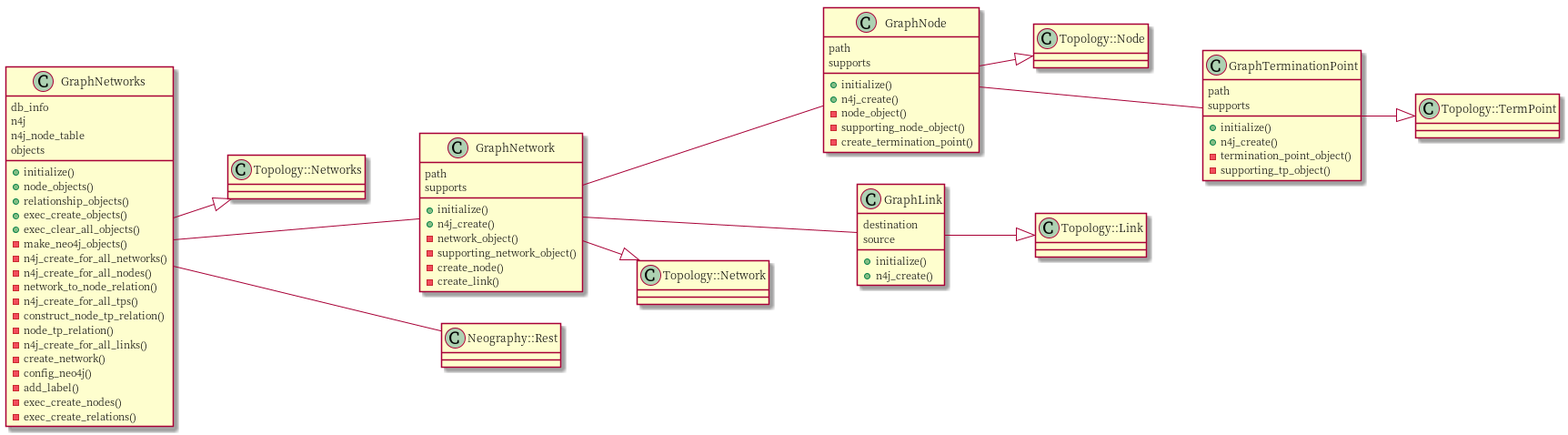
Above: fig/graphdb.png in corestate55/netomox (PlantUML), before the change. The source it was exported from:
```plantuml
@startuml
left to right direction
class GraphNetworks {
  +initialize()
  +node_objects()
  +relationship_objects()
  +exec_create_objects()
  +exec_clear_all_objects()
  -make_neo4j_objects()
  -n4j_create_for_all_networks()
  -n4j_create_for_all_nodes()
  -network_to_node_relation()
  -n4j_create_for_all_tps()
  -construct_node_tp_relation()
  -node_tp_relation()
  -n4j_create_for_all_links()
  -create_network()
  -config_neo4j()
  -add_label()
  -exec_create_nodes()
  -exec_create_relations()
  db_info
  n4j
  n4j_node_table
  objects
}
GraphNetworks --|> Topology::Networks
GraphNetworks --- GraphNetwork
GraphNetworks --- Neography::Rest
class GraphNode {
  +initialize()
  +n4j_create()
  -node_object()
  -supporting_node_object()
  -create_termination_point()
  path
  supports
}
GraphNode --|> Topology::Node
GraphNode --- GraphTerminationPoint
class GraphLink {
  +initialize()
  +n4j_create()
  destination
  source
}
GraphLink --|> Topology::Link
class GraphTerminationPoint {
  +initialize()
  +n4j_create()
  -termination_point_object()
  -supporting_tp_object()
  path
  supports
}
GraphTerminationPoint --|> Topology::TermPoint
class GraphNetwork {
  +initialize()
  +n4j_create()
  -network_object()
  -supporting_network_object()
  -create_node()
  -create_link()
  path
  supports
}
GraphNetwork --|> Topology::Network
GraphNetwork --- GraphLink
GraphNetwork --- GraphNode
@enduml
```
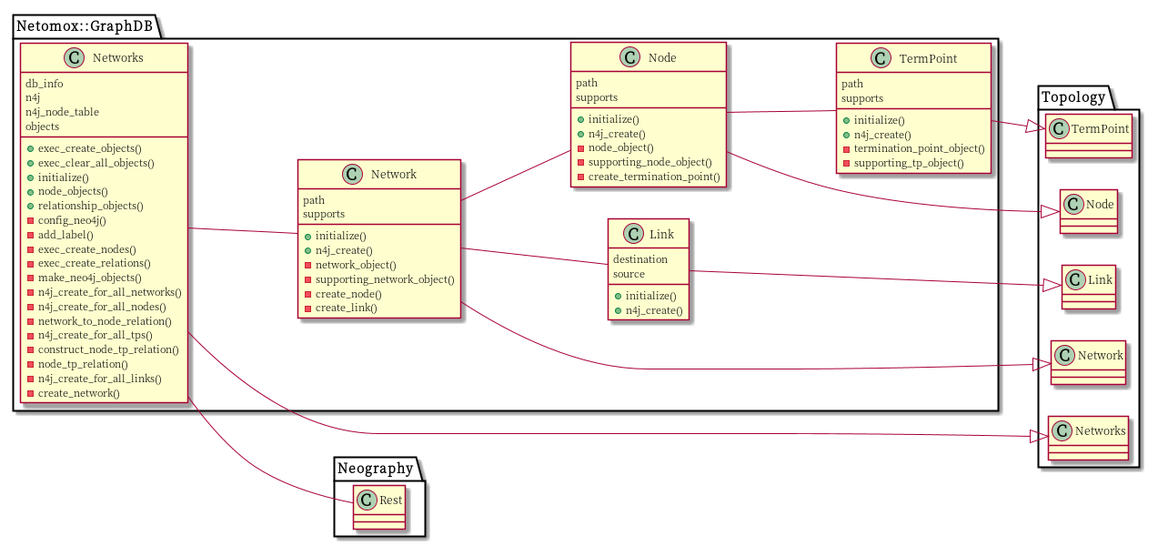
Above is the later version.

What changed in the source:
```diff
@@ -1,11 +1,16 @@
 @startuml
 left to right direction
-class GraphNetworks {
+set namespaceSeparator ::
+class Netomox::GraphDB::Networks {
+  +exec_create_objects()
+  +exec_clear_all_objects()
   +initialize()
   +node_objects()
   +relationship_objects()
-  +exec_create_objects()
-  +exec_clear_all_objects()
+  -config_neo4j()
+  -add_label()
+  -exec_create_nodes()
+  -exec_create_relations()
   -make_neo4j_objects()
   -n4j_create_for_all_networks()
   -n4j_create_for_all_nodes()
@@ -15,19 +20,15 @@
   -node_tp_relation()
   -n4j_create_for_all_links()
   -create_network()
-  -config_neo4j()
-  -add_label()
-  -exec_create_nodes()
-  -exec_create_relations()
   db_info
   n4j
   n4j_node_table
   objects
 }
-GraphNetworks --|> Topology::Networks
-GraphNetworks --- GraphNetwork
-GraphNetworks --- Neography::Rest
-class GraphNode {
+Netomox::GraphDB::Networks --|> Topology::Networks
+Netomox::GraphDB::Networks --- Neography::Rest
+Netomox::GraphDB::Networks --- Netomox::GraphDB::Network
+class Netomox::GraphDB::Node {
   +initialize()
   +n4j_create()
   -node_object()
@@ -36,25 +37,9 @@
   path
   supports
 }
-GraphNode --|> Topology::Node
-GraphNode --- GraphTerminationPoint
-class GraphLink {
-  +initialize()
-  +n4j_create()
-  destination
-  source
-}
-GraphLink --|> Topology::Link
-class GraphTerminationPoint {
-  +initialize()
-  +n4j_create()
-  -termination_point_object()
-  -supporting_tp_object()
-  path
-  supports
-}
-GraphTerminationPoint --|> Topology::TermPoint
-class GraphNetwork {
+Netomox::GraphDB::Node --|> Topology::Node
+Netomox::GraphDB::Node --- Netomox::GraphDB::TermPoint
+class Netomox::GraphDB::Network {
   +initialize()
   +n4j_create()
   -network_object()
@@ -64,7 +49,23 @@
   path
   supports
 }
-GraphNetwork --|> Topology::Network
-GraphNetwork --- GraphLink
-GraphNetwork --- GraphNode
+Netomox::GraphDB::Network --|> Topology::Network
+Netomox::GraphDB::Network --- Netomox::GraphDB::Link
+Netomox::GraphDB::Network --- Netomox::GraphDB::Node
+class Netomox::GraphDB::TermPoint {
+  +initialize()
+  +n4j_create()
+  -termination_point_object()
+  -supporting_tp_object()
+  path
+  supports
+}
+Netomox::GraphDB::TermPoint --|> Topology::TermPoint
+class Netomox::GraphDB::Link {
+  +initialize()
+  +n4j_create()
+  destination
+  source
+}
+Netomox::GraphDB::Link --|> Topology::Link
 @enduml
```
